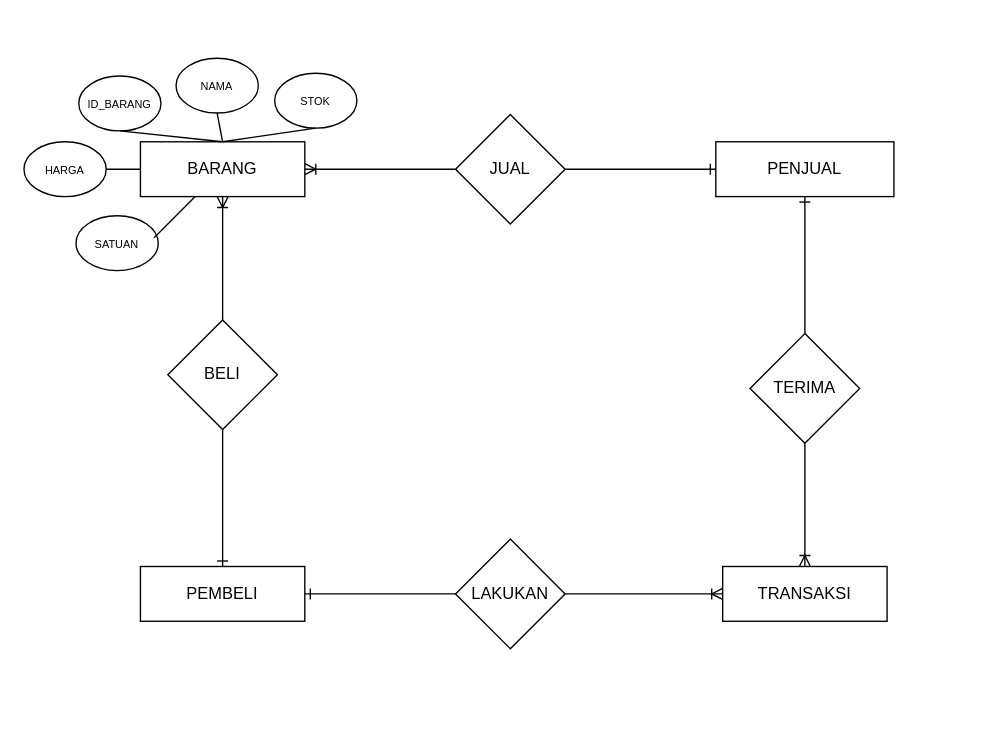
Before: Diagram Tanpa Judul.drawio in RasyiqZaidan/shopweb, a draw.io diagram. Source tidied: cells renumbered, new cells numbered last; positions are measured from the earlier drawing's top-left corner, leaving out a move shared by most shapes. Both pictures are drawn from the tidied source at 137%, with x=0, y=0 at pixel (23, 58).
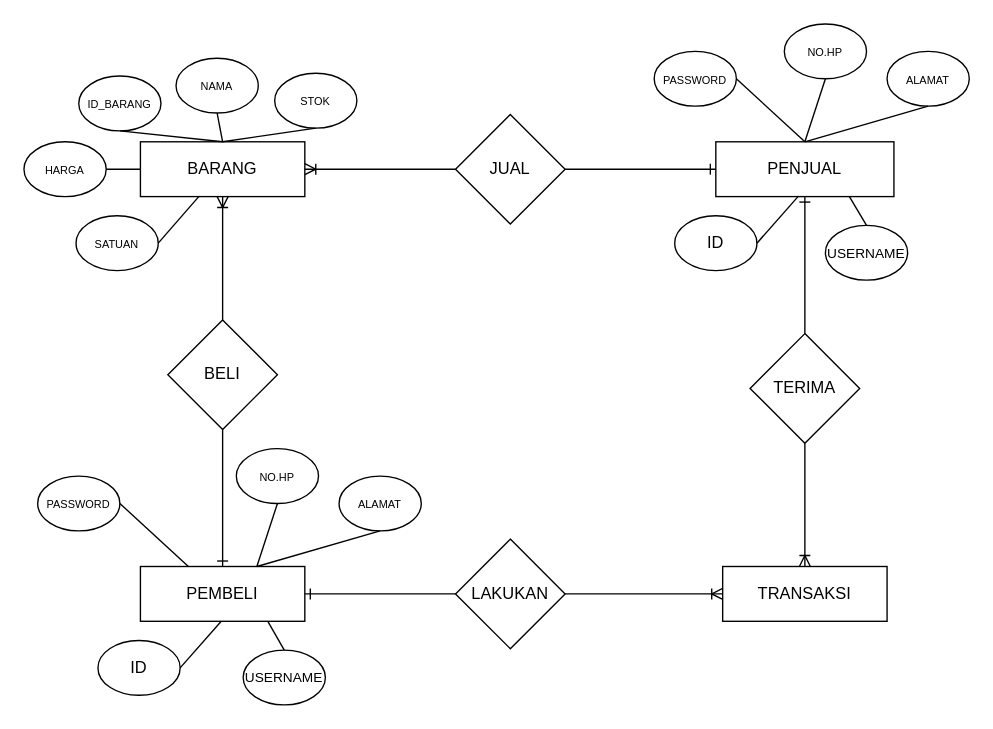
Above is the later version.

The change refers to these unchanged cells:
```xml
<mxCell id="2" value="PENJUAL" style="rounded=0;whiteSpace=wrap;html=1;labelBackgroundColor=default;" parent="1" vertex="1">
  <mxGeometry x="505" y="61" width="130" height="40" as="geometry" />
</mxCell>
<mxCell id="4" value="BARANG" style="rounded=0;whiteSpace=wrap;html=1;labelBackgroundColor=default;" parent="1" vertex="1">
  <mxGeometry x="85" y="61" width="120" height="40" as="geometry" />
</mxCell>
<mxCell id="22" value="&lt;span style=&quot;font-size: 8px;&quot;&gt;SATUAN&lt;/span&gt;" style="ellipse;whiteSpace=wrap;html=1;" parent="1" vertex="1">
  <mxGeometry x="38" y="115" width="60" height="40" as="geometry" />
</mxCell>
```

Diff of the diagram source:
```diff
@@
-    <mxCell id="26" style="endArrow=none;html=1;rounded=0;" parent="1" edge="1" source="4">
-      <mxGeometry relative="1" as="geometry">
-        <mxPoint x="95" y="131" as="targetPoint" />
-      </mxGeometry>
+    <mxCell id="26" style="endArrow=none;html=1;rounded=0;entryX=1;entryY=0.5;entryDx=0;entryDy=0;" parent="1" edge="1" source="4" target="22">
+      <mxGeometry relative="1" as="geometry" />
     </mxCell>
@@
+    <mxCell id="28" value="&lt;span style=&quot;&quot;&gt;ID&lt;/span&gt;" style="ellipse;whiteSpace=wrap;html=1;" parent="1" vertex="1">
+      <mxGeometry x="475" y="115" width="60" height="40" as="geometry" />
+    </mxCell>
+    <mxCell id="29" style="endArrow=none;html=1;rounded=0;entryX=1;entryY=0.5;entryDx=0;entryDy=0;" parent="1" edge="1" target="28">
+      <mxGeometry relative="1" as="geometry">
+        <mxPoint x="565" y="101" as="sourcePoint" />
+      </mxGeometry>
+    </mxCell>
+    <mxCell id="30" value="&lt;span style=&quot;font-size: 10px;&quot;&gt;USERNAME&lt;/span&gt;" style="ellipse;whiteSpace=wrap;html=1;" parent="1" vertex="1">
+      <mxGeometry x="585" y="122" width="60" height="40" as="geometry" />
+    </mxCell>
+    <mxCell id="31" style="endArrow=none;html=1;rounded=0;entryX=0.5;entryY=0;entryDx=0;entryDy=0;exitX=0.75;exitY=1;exitDx=0;exitDy=0;" parent="1" edge="1" source="2" target="30">
+      <mxGeometry relative="1" as="geometry" />
+    </mxCell>
+    <mxCell id="32" value="&lt;span style=&quot;font-size: 8px;&quot;&gt;PASSWORD&lt;/span&gt;" style="ellipse;whiteSpace=wrap;html=1;" parent="1" vertex="1">
+      <mxGeometry x="460" y="-5" width="60" height="40" as="geometry" />
+    </mxCell>
+    <mxCell id="33" style="endArrow=none;html=1;rounded=0;entryX=1;entryY=0.5;entryDx=0;entryDy=0;exitX=0.5;exitY=0;exitDx=0;exitDy=0;" parent="1" edge="1" source="2" target="32">
+      <mxGeometry relative="1" as="geometry" />
+    </mxCell>
+    <mxCell id="34" value="&lt;span style=&quot;font-size: 8px;&quot;&gt;NO.HP&lt;/span&gt;" style="ellipse;whiteSpace=wrap;html=1;" parent="1" vertex="1">
+      <mxGeometry x="555" y="-25" width="60" height="40" as="geometry" />
+    </mxCell>
+    <mxCell id="35" style="endArrow=none;html=1;rounded=0;entryX=0.5;entryY=1;entryDx=0;entryDy=0;exitX=0.5;exitY=0;exitDx=0;exitDy=0;" parent="1" edge="1" source="2" target="34">
+      <mxGeometry relative="1" as="geometry" />
+    </mxCell>
+    <mxCell id="36" value="&lt;span style=&quot;font-size: 8px;&quot;&gt;ALAMAT&lt;/span&gt;" style="ellipse;whiteSpace=wrap;html=1;" parent="1" vertex="1">
+      <mxGeometry x="630" y="-5" width="60" height="40" as="geometry" />
+    </mxCell>
+    <mxCell id="37" style="endArrow=none;html=1;rounded=0;entryX=0.5;entryY=1;entryDx=0;entryDy=0;exitX=0.5;exitY=0;exitDx=0;exitDy=0;" parent="1" edge="1" source="2" target="36">
+      <mxGeometry relative="1" as="geometry" />
+    </mxCell>
+    <mxCell id="38" value="&lt;span style=&quot;&quot;&gt;ID&lt;/span&gt;" style="ellipse;whiteSpace=wrap;html=1;" parent="1" vertex="1">
+      <mxGeometry x="54" y="425" width="60" height="40" as="geometry" />
+    </mxCell>
+    <mxCell id="39" style="endArrow=none;html=1;rounded=0;entryX=1;entryY=0.5;entryDx=0;entryDy=0;" parent="1" edge="1" target="38">
+      <mxGeometry relative="1" as="geometry">
+        <mxPoint x="144" y="411" as="sourcePoint" />
+      </mxGeometry>
+    </mxCell>
+    <mxCell id="40" value="&lt;span style=&quot;font-size: 10px;&quot;&gt;USERNAME&lt;/span&gt;" style="ellipse;whiteSpace=wrap;html=1;" parent="1" vertex="1">
+      <mxGeometry x="160" y="432" width="60" height="40" as="geometry" />
+    </mxCell>
+    <mxCell id="41" style="endArrow=none;html=1;rounded=0;entryX=0.5;entryY=0;entryDx=0;entryDy=0;exitX=0.75;exitY=1;exitDx=0;exitDy=0;" parent="1" edge="1" target="40">
+      <mxGeometry relative="1" as="geometry">
+        <mxPoint x="178" y="411" as="sourcePoint" />
+      </mxGeometry>
+    </mxCell>
+    <mxCell id="42" value="&lt;span style=&quot;font-size: 8px;&quot;&gt;PASSWORD&lt;/span&gt;" style="ellipse;whiteSpace=wrap;html=1;" parent="1" vertex="1">
+      <mxGeometry x="10" y="305" width="60" height="40" as="geometry" />
+    </mxCell>
+    <mxCell id="43" style="endArrow=none;html=1;rounded=0;entryX=1;entryY=0.5;entryDx=0;entryDy=0;exitX=0.5;exitY=0;exitDx=0;exitDy=0;" parent="1" edge="1" target="42">
+      <mxGeometry relative="1" as="geometry">
+        <mxPoint x="120" y="371" as="sourcePoint" />
+      </mxGeometry>
+    </mxCell>
+    <mxCell id="44" value="&lt;span style=&quot;font-size: 8px;&quot;&gt;NO.HP&lt;/span&gt;" style="ellipse;whiteSpace=wrap;html=1;" parent="1" vertex="1">
+      <mxGeometry x="155" y="285" width="60" height="40" as="geometry" />
+    </mxCell>
+    <mxCell id="45" style="endArrow=none;html=1;rounded=0;entryX=0.5;entryY=1;entryDx=0;entryDy=0;exitX=0.5;exitY=0;exitDx=0;exitDy=0;" parent="1" edge="1" target="44">
+      <mxGeometry relative="1" as="geometry">
+        <mxPoint x="170" y="371" as="sourcePoint" />
+      </mxGeometry>
+    </mxCell>
+    <mxCell id="46" value="&lt;span style=&quot;font-size: 8px;&quot;&gt;ALAMAT&lt;/span&gt;" style="ellipse;whiteSpace=wrap;html=1;" parent="1" vertex="1">
+      <mxGeometry x="230" y="305" width="60" height="40" as="geometry" />
+    </mxCell>
+    <mxCell id="47" style="endArrow=none;html=1;rounded=0;entryX=0.5;entryY=1;entryDx=0;entryDy=0;exitX=0.5;exitY=0;exitDx=0;exitDy=0;" parent="1" edge="1" target="46">
+      <mxGeometry relative="1" as="geometry">
+        <mxPoint x="170" y="371" as="sourcePoint" />
+      </mxGeometry>
+    </mxCell>
```
